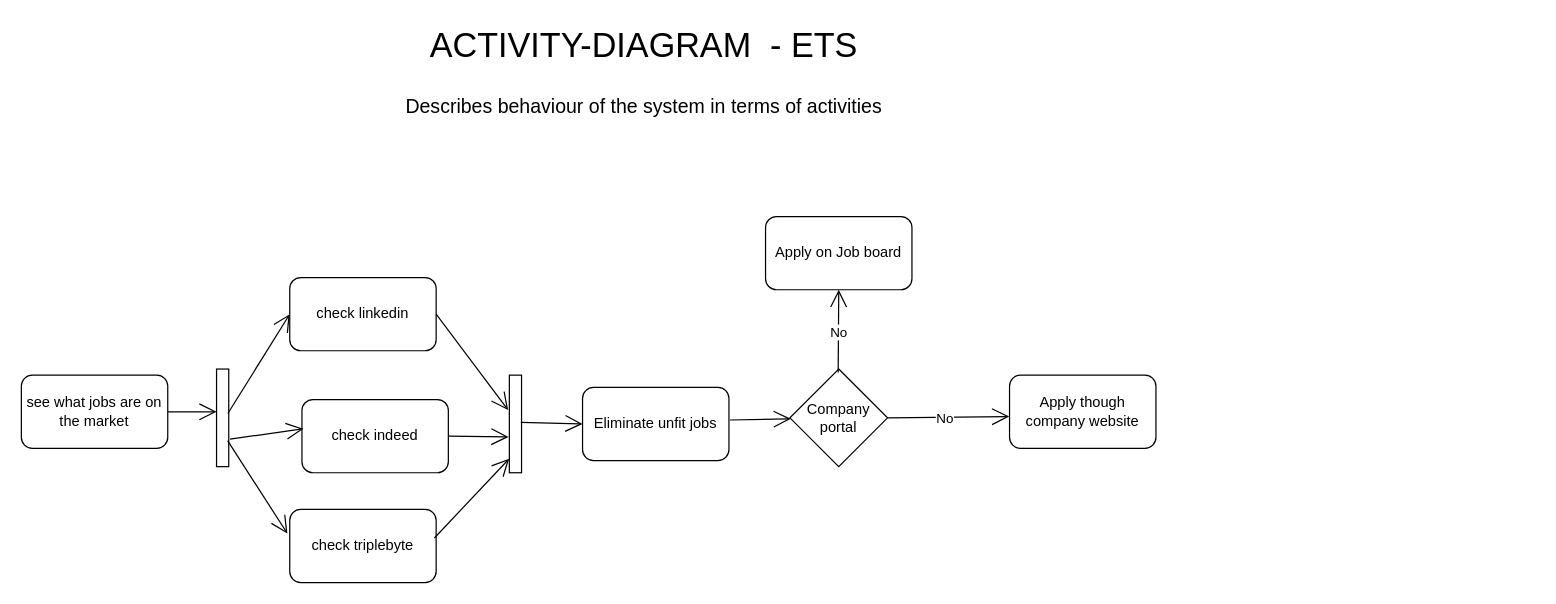
This is page "ACTIVITY" (1 of 2) of Diagram.drawio from vadzimk/bas, a draw.io file, before an edit. Source tidied: cells renumbered, new cells numbered last; positions are measured from the earlier drawing's top-left corner, leaving out a move shared by most shapes. Both pictures are drawn from the tidied source at 122%, with x=0, y=0 at pixel (21, 21).
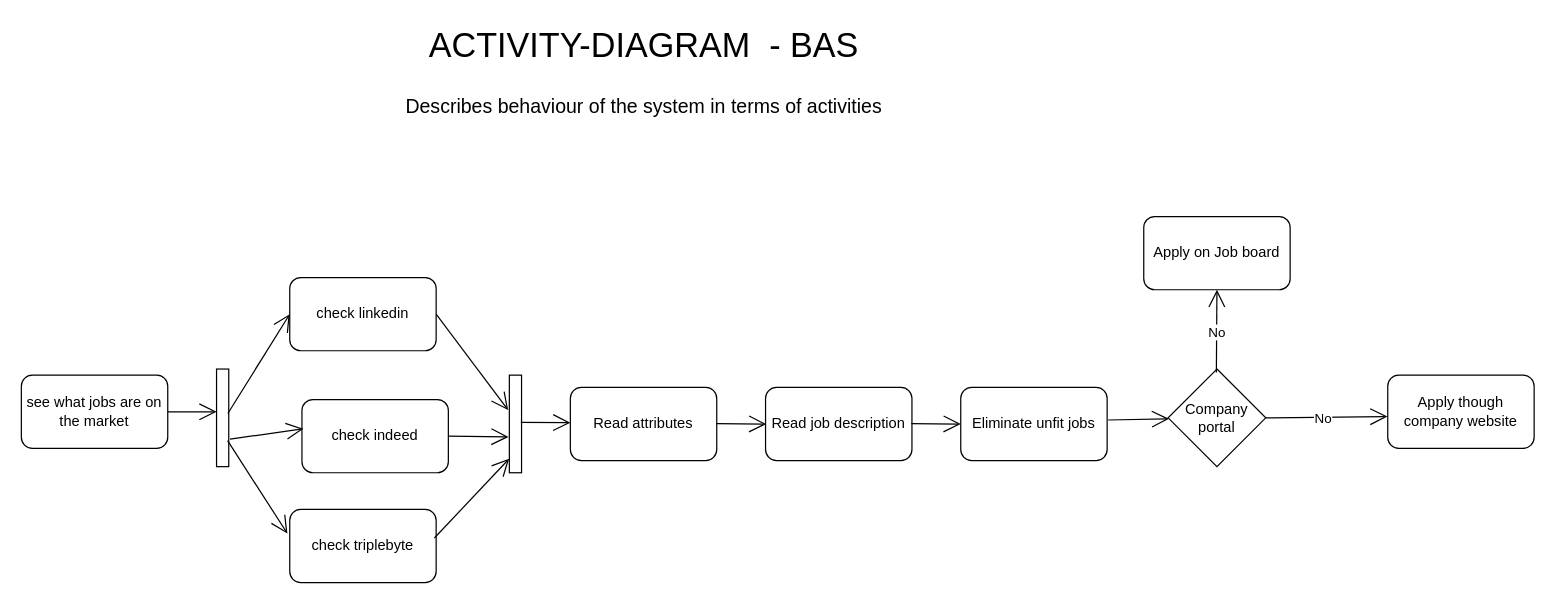
The same page after the edit.

Unchanged cells that the change refers to:
```xml
<mxCell id="11" style="html=1;points=[];perimeter=orthogonalPerimeter;" parent="1" vertex="1">
  <mxGeometry x="400" y="290" width="10" height="80" as="geometry" />
</mxCell>
```

Change to the diagram source:
```diff
@@
     <mxCell id="6" value="Eliminate unfit jobs" style="rounded=1;whiteSpace=wrap;html=1;" parent="1" vertex="1">
-      <mxGeometry x="460" y="300" width="120" height="60" as="geometry" />
+      <mxGeometry x="770" y="300" width="120" height="60" as="geometry" />
     </mxCell>
@@
-    <mxCell id="12" style="endArrow=open;endFill=1;endSize=12;html=1;rounded=0;exitX=0.938;exitY=0.483;exitDx=0;exitDy=0;entryX=0;entryY=0.5;entryDx=0;entryDy=0;exitPerimeter=0;" parent="1" edge="1" source="11" target="6">
-      <mxGeometry relative="1" as="geometry" />
+    <mxCell id="12" style="endArrow=open;endFill=1;endSize=12;html=1;rounded=0;exitX=0.938;exitY=0.483;exitDx=0;exitDy=0;exitPerimeter=0;" parent="1" edge="1" source="11">
+      <mxGeometry relative="1" as="geometry">
+        <mxPoint x="450" y="329" as="targetPoint" />
+      </mxGeometry>
     </mxCell>
@@
     <mxCell id="14" value="Apply though company website" style="rounded=1;whiteSpace=wrap;html=1;" parent="1" vertex="1">
-      <mxGeometry x="810" y="290" width="120" height="60" as="geometry" />
+      <mxGeometry x="1120" y="290" width="120" height="60" as="geometry" />
     </mxCell>
     <mxCell id="15" value="Company portal" style="rhombus;whiteSpace=wrap;html=1;" parent="1" vertex="1">
-      <mxGeometry x="630" y="285" width="80" height="80" as="geometry" />
+      <mxGeometry x="940" y="285" width="80" height="80" as="geometry" />
     </mxCell>
@@
     <mxCell id="19" value="Apply on Job board" style="rounded=1;whiteSpace=wrap;html=1;" parent="1" vertex="1">
-      <mxGeometry x="610" y="160" width="120" height="60" as="geometry" />
+      <mxGeometry x="920" y="160" width="120" height="60" as="geometry" />
     </mxCell>
     <mxCell id="20" style="endArrow=open;endFill=1;endSize=12;html=1;rounded=0;entryX=0.5;entryY=1;entryDx=0;entryDy=0;exitX=0.494;exitY=0.035;exitDx=0;exitDy=0;exitPerimeter=0;" parent="1" edge="1" source="15">
       <mxGeometry relative="1" as="geometry">
-        <mxPoint x="670" y="220" as="targetPoint" />
+        <mxPoint x="980" y="220" as="targetPoint" />
       </mxGeometry>
     </mxCell>
@@
-    <mxCell id="25" value="ACTIVITY-DIAGRAM&amp;nbsp; - ETS" style="text;html=1;align=center;verticalAlign=middle;fillColor=none;strokeColor=none;rounded=0;fontSize=28;" parent="1" vertex="1">
+    <mxCell id="25" value="ACTIVITY-DIAGRAM&amp;nbsp; - BAS" style="text;html=1;align=center;verticalAlign=middle;fillColor=none;strokeColor=none;rounded=0;fontSize=28;" parent="1" vertex="1">
       <mxGeometry x="325" width="370" height="40" as="geometry" />
     </mxCell>
@@
+    <mxCell id="27" value="Read attributes" style="rounded=1;whiteSpace=wrap;html=1;hachureGap=4;" parent="1" vertex="1">
+      <mxGeometry x="450" y="300" width="120" height="60" as="geometry" />
+    </mxCell>
+    <mxCell id="28" value="Read job description" style="rounded=1;whiteSpace=wrap;html=1;hachureGap=4;" parent="1" vertex="1">
+      <mxGeometry x="610" y="300" width="120" height="60" as="geometry" />
+    </mxCell>
+    <mxCell id="29" style="endArrow=open;endFill=1;endSize=12;html=1;rounded=0;exitX=0.938;exitY=0.483;exitDx=0;exitDy=0;exitPerimeter=0;" parent="1" edge="1">
+      <mxGeometry relative="1" as="geometry">
+        <mxPoint x="570" y="329.7" as="sourcePoint" />
+        <mxPoint x="610.6" y="330.1" as="targetPoint" />
+      </mxGeometry>
+    </mxCell>
+    <mxCell id="30" style="endArrow=open;endFill=1;endSize=12;html=1;rounded=0;exitX=0.938;exitY=0.483;exitDx=0;exitDy=0;exitPerimeter=0;" parent="1" edge="1">
+      <mxGeometry relative="1" as="geometry">
+        <mxPoint x="729.4" y="329.7" as="sourcePoint" />
+        <mxPoint x="770" y="330.1" as="targetPoint" />
+      </mxGeometry>
+    </mxCell>
```
